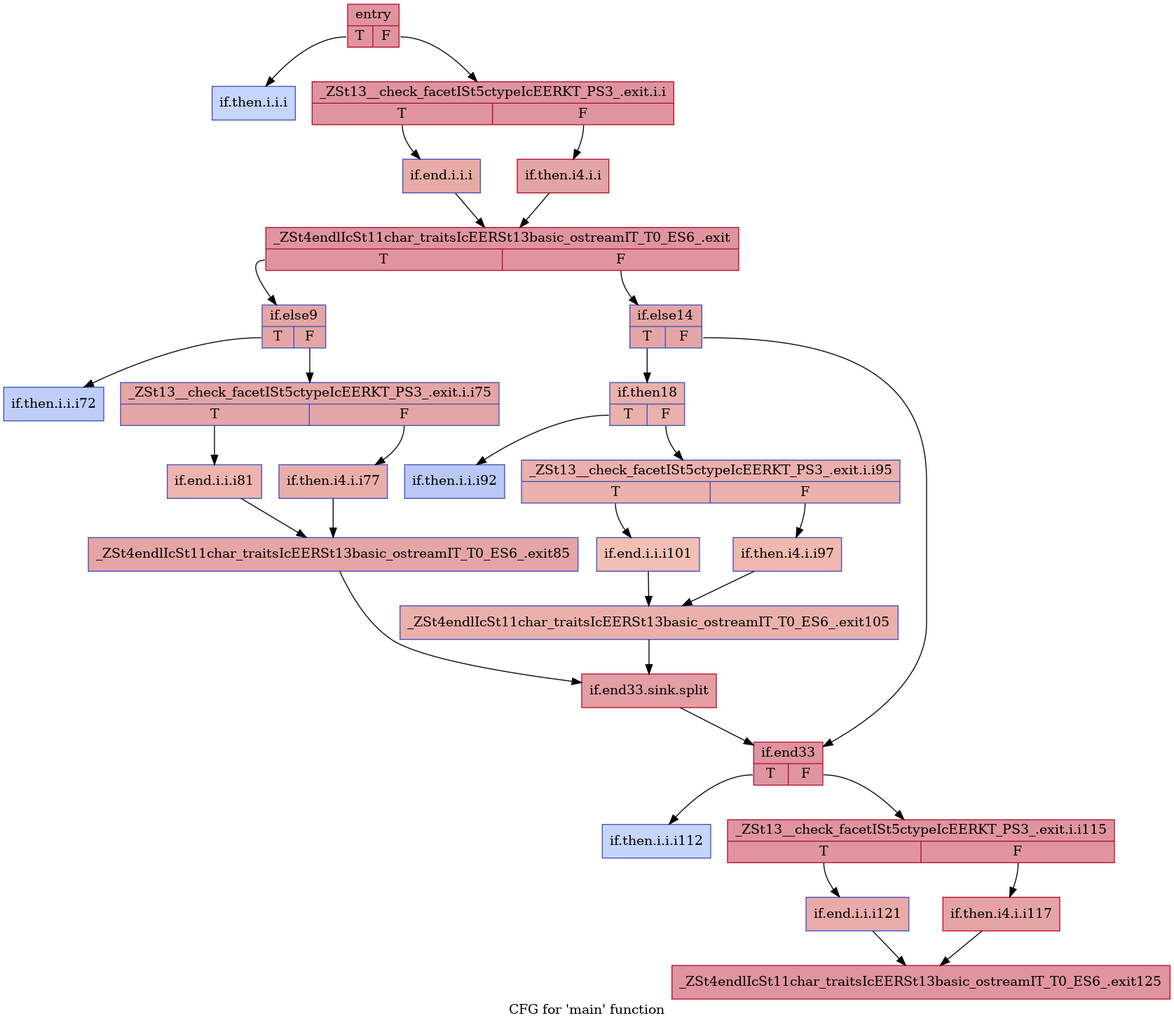
This is IR/cfg/stripped.dot.png from HPSSA-LLVM/HPSSA-LLVM, a Graphviz export, as it was before one commit. Its source is kept beside it as IR/cfg/stripped.dot.
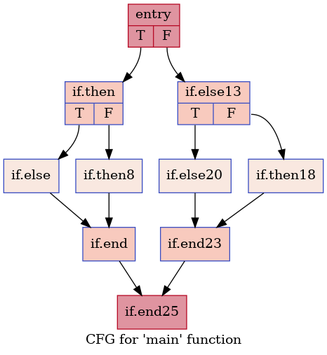
Later version of the same file.

The edit, as a diff of the source:
```diff
@@ -1,61 +1,26 @@
 digraph "CFG for 'main' function" {
 	label="CFG for 'main' function";
 
-	Node0x5586501fd060 [shape=record,color="#b70d28ff", style=filled, fillcolor="#b70d2870",label="{entry|{<s0>T|<s1>F}}"];
-	Node0x5586501fd060:s0 -> Node0x5586501ff2e0;
-	Node0x5586501fd060:s1 -> Node0x5586501ff3d0;
-	Node0x5586501ff2e0 [shape=record,color="#3d50c3ff", style=filled, fillcolor="#7ea1fa70",label="{if.then.i.i.i}"];
-	Node0x5586501ff3d0 [shape=record,color="#b70d28ff", style=filled, fillcolor="#b70d2870",label="{_ZSt13__check_facetISt5ctypeIcEERKT_PS3_.exit.i.i|{<s0>T|<s1>F}}"];
-	Node0x5586501ff3d0:s0 -> Node0x5586501ffbd0;
-	Node0x5586501ff3d0:s1 -> Node0x5586501ffc20;
-	Node0x5586501ffc20 [shape=record,color="#b70d28ff", style=filled, fillcolor="#c32e3170",label="{if.then.i4.i.i}"];
-	Node0x5586501ffc20 -> Node0x5586501fffb0;
-	Node0x5586501ffbd0 [shape=record,color="#3d50c3ff", style=filled, fillcolor="#cc403a70",label="{if.end.i.i.i}"];
-	Node0x5586501ffbd0 -> Node0x5586501fffb0;
-	Node0x5586501fffb0 [shape=record,color="#b70d28ff", style=filled, fillcolor="#b70d2870",label="{_ZSt4endlIcSt11char_traitsIcEERSt13basic_ostreamIT_T0_ES6_.exit|{<s0>T|<s1>F}}"];
-	Node0x5586501fffb0:s0 -> Node0x558650201a30;
-	Node0x5586501fffb0:s1 -> Node0x558650201b10;
-	Node0x558650201a30 [shape=record,color="#3d50c3ff", style=filled, fillcolor="#c5333470",label="{if.else9|{<s0>T|<s1>F}}"];
-	Node0x558650201a30:s0 -> Node0x558650203ac0;
-	Node0x558650201a30:s1 -> Node0x558650203b50;
-	Node0x558650203ac0 [shape=record,color="#3d50c3ff", style=filled, fillcolor="#6c8ff170",label="{if.then.i.i.i72}"];
-	Node0x558650203b50 [shape=record,color="#3d50c3ff", style=filled, fillcolor="#c5333470",label="{_ZSt13__check_facetISt5ctypeIcEERKT_PS3_.exit.i.i75|{<s0>T|<s1>F}}"];
-	Node0x558650203b50:s0 -> Node0x558650204740;
-	Node0x558650203b50:s1 -> Node0x558650204790;
-	Node0x558650204790 [shape=record,color="#3d50c3ff", style=filled, fillcolor="#d0473d70",label="{if.then.i4.i.i77}"];
-	Node0x558650204790 -> Node0x558650205040;
-	Node0x558650204740 [shape=record,color="#3d50c3ff", style=filled, fillcolor="#d8564670",label="{if.end.i.i.i81}"];
-	Node0x558650204740 -> Node0x558650205040;
-	Node0x558650205040 [shape=record,color="#3d50c3ff", style=filled, fillcolor="#c5333470",label="{_ZSt4endlIcSt11char_traitsIcEERSt13basic_ostreamIT_T0_ES6_.exit85}"];
-	Node0x558650205040 -> Node0x558650205830;
-	Node0x558650201b10 [shape=record,color="#3d50c3ff", style=filled, fillcolor="#c5333470",label="{if.else14|{<s0>T|<s1>F}}"];
-	Node0x558650201b10:s0 -> Node0x558650205b20;
-	Node0x558650201b10:s1 -> Node0x558650205b70;
-	Node0x558650205b20 [shape=record,color="#3d50c3ff", style=filled, fillcolor="#d24b4070",label="{if.then18|{<s0>T|<s1>F}}"];
-	Node0x558650205b20:s0 -> Node0x558650206730;
-	Node0x558650205b20:s1 -> Node0x558650201ed0;
-	Node0x558650206730 [shape=record,color="#3d50c3ff", style=filled, fillcolor="#6282ea70",label="{if.then.i.i.i92}"];
-	Node0x558650201ed0 [shape=record,color="#3d50c3ff", style=filled, fillcolor="#d24b4070",label="{_ZSt13__check_facetISt5ctypeIcEERKT_PS3_.exit.i.i95|{<s0>T|<s1>F}}"];
-	Node0x558650201ed0:s0 -> Node0x558650202430;
-	Node0x558650201ed0:s1 -> Node0x558650202480;
-	Node0x558650202480 [shape=record,color="#3d50c3ff", style=filled, fillcolor="#dc5d4a70",label="{if.then.i4.i.i97}"];
-	Node0x558650202480 -> Node0x5586502077e0;
-	Node0x558650202430 [shape=record,color="#3d50c3ff", style=filled, fillcolor="#e36c5570",label="{if.end.i.i.i101}"];
-	Node0x558650202430 -> Node0x5586502077e0;
-	Node0x5586502077e0 [shape=record,color="#3d50c3ff", style=filled, fillcolor="#d24b4070",label="{_ZSt4endlIcSt11char_traitsIcEERSt13basic_ostreamIT_T0_ES6_.exit105}"];
-	Node0x5586502077e0 -> Node0x558650205830;
-	Node0x558650205830 [shape=record,color="#b70d28ff", style=filled, fillcolor="#be242e70",label="{if.end33.sink.split}"];
-	Node0x558650205830 -> Node0x558650205b70;
-	Node0x558650205b70 [shape=record,color="#b70d28ff", style=filled, fillcolor="#b70d2870",label="{if.end33|{<s0>T|<s1>F}}"];
-	Node0x558650205b70:s0 -> Node0x558650209080;
-	Node0x558650205b70:s1 -> Node0x5586502090f0;
-	Node0x558650209080 [shape=record,color="#3d50c3ff", style=filled, fillcolor="#7ea1fa70",label="{if.then.i.i.i112}"];
-	Node0x5586502090f0 [shape=record,color="#b70d28ff", style=filled, fillcolor="#b70d2870",label="{_ZSt13__check_facetISt5ctypeIcEERKT_PS3_.exit.i.i115|{<s0>T|<s1>F}}"];
-	Node0x5586502090f0:s0 -> Node0x5586502095d0;
-	Node0x5586502090f0:s1 -> Node0x558650209620;
-	Node0x558650209620 [shape=record,color="#b70d28ff", style=filled, fillcolor="#c32e3170",label="{if.then.i4.i.i117}"];
-	Node0x558650209620 -> Node0x5586502098c0;
-	Node0x5586502095d0 [shape=record,color="#3d50c3ff", style=filled, fillcolor="#cc403a70",label="{if.end.i.i.i121}"];
-	Node0x5586502095d0 -> Node0x5586502098c0;
-	Node0x5586502098c0 [shape=record,color="#b70d28ff", style=filled, fillcolor="#b70d2870",label="{_ZSt4endlIcSt11char_traitsIcEERSt13basic_ostreamIT_T0_ES6_.exit125}"];
+	Node0x564ee2d33740 [shape=record,color="#b70d28ff", style=filled, fillcolor="#b70d2870",label="{entry|{<s0>T|<s1>F}}"];
+	Node0x564ee2d33740:s0 -> Node0x564ee2d34fd0;
+	Node0x564ee2d33740:s1 -> Node0x564ee2d350a0;
+	Node0x564ee2d34fd0 [shape=record,color="#3d50c3ff", style=filled, fillcolor="#ef886b70",label="{if.then|{<s0>T|<s1>F}}"];
+	Node0x564ee2d34fd0:s0 -> Node0x564ee2d36610;
+	Node0x564ee2d34fd0:s1 -> Node0x564ee2d36680;
+	Node0x564ee2d36680 [shape=record,color="#3d50c3ff", style=filled, fillcolor="#f1ccb870",label="{if.then8}"];
+	Node0x564ee2d36680 -> Node0x564ee2d36cc0;
+	Node0x564ee2d36610 [shape=record,color="#3d50c3ff", style=filled, fillcolor="#f1ccb870",label="{if.else}"];
+	Node0x564ee2d36610 -> Node0x564ee2d36cc0;
+	Node0x564ee2d36cc0 [shape=record,color="#3d50c3ff", style=filled, fillcolor="#ef886b70",label="{if.end}"];
+	Node0x564ee2d36cc0 -> Node0x564ee2d371c0;
+	Node0x564ee2d350a0 [shape=record,color="#3d50c3ff", style=filled, fillcolor="#ef886b70",label="{if.else13|{<s0>T|<s1>F}}"];
+	Node0x564ee2d350a0:s0 -> Node0x564ee2d37e00;
+	Node0x564ee2d350a0:s1 -> Node0x564ee2d37e80;
+	Node0x564ee2d37e80 [shape=record,color="#3d50c3ff", style=filled, fillcolor="#f1ccb870",label="{if.then18}"];
+	Node0x564ee2d37e80 -> Node0x564ee2d381e0;
+	Node0x564ee2d37e00 [shape=record,color="#3d50c3ff", style=filled, fillcolor="#f1ccb870",label="{if.else20}"];
+	Node0x564ee2d37e00 -> Node0x564ee2d381e0;
+	Node0x564ee2d381e0 [shape=record,color="#3d50c3ff", style=filled, fillcolor="#ef886b70",label="{if.end23}"];
+	Node0x564ee2d381e0 -> Node0x564ee2d371c0;
+	Node0x564ee2d371c0 [shape=record,color="#b70d28ff", style=filled, fillcolor="#b70d2870",label="{if.end25}"];
 }
```
